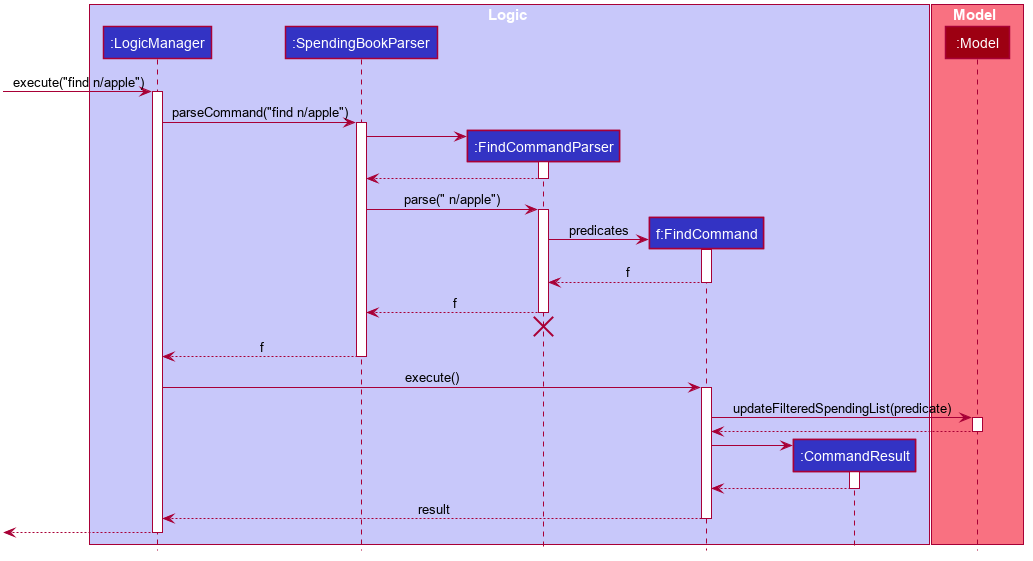
Earlier version of the PlantUML export docs/images/FindSequenceDiagram.png (nus-cs2103-AY1920S1/addressbook-level3).
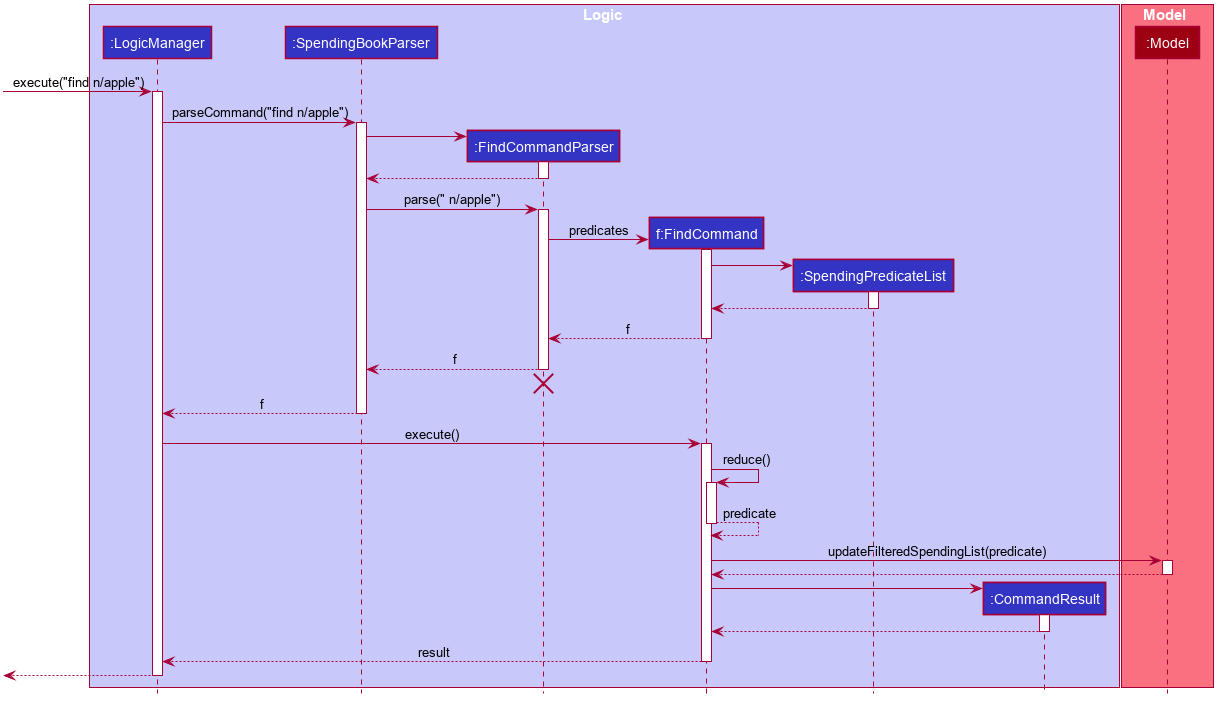
The same diagram one commit later.

What changed in the source:
```diff
@@ -53,6 +53,7 @@
 participant ":SpendingBookParser" as SpendingBookParser #3333C4
 participant ":FindCommandParser" as FindCommandParser #3333C4
 participant "f:FindCommand" as FindCommand #3333C4
+participant ":SpendingPredicateList" as SpendingPredicateList #3333C4
 participant ":CommandResult" as CommandResult #3333C4
 end box
 
@@ -80,7 +81,16 @@
 FindCommandParser -> FindCommand : predicates
 activate FindCommand
 
+create SpendingPredicateList
+FindCommand -> SpendingPredicateList :
+activate SpendingPredicateList
+
+SpendingPredicateList --> FindCommand
+
+deactivate SpendingPredicateList
+
 FindCommand --> FindCommandParser : f
+
 deactivate FindCommand
 
 FindCommandParser --> SpendingBookParser : f
@@ -93,6 +103,13 @@
 
 LogicManager -> FindCommand : execute()
 activate FindCommand
+
+FindCommand -> FindCommand : reduce()
+activate FindCommand
+
+FindCommand --> FindCommand : predicate
+
+deactivate FindCommand
 
 FindCommand -> Model : updateFilteredSpendingList(predicate)
 activate Model
```
